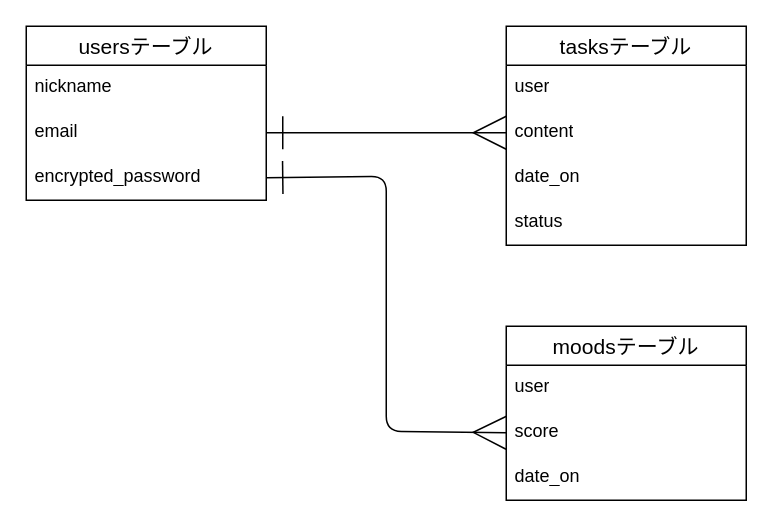
This is ER図.dio from r070624tue/motivebutton_kun, a draw.io file, before an edit. Source tidied: cells renumbered, new cells numbered last; positions are measured from the earlier drawing's top-left corner, leaving out a move shared by most shapes. Both pictures are drawn from the tidied source at 150%, with x=0, y=0 at pixel (26, 26).
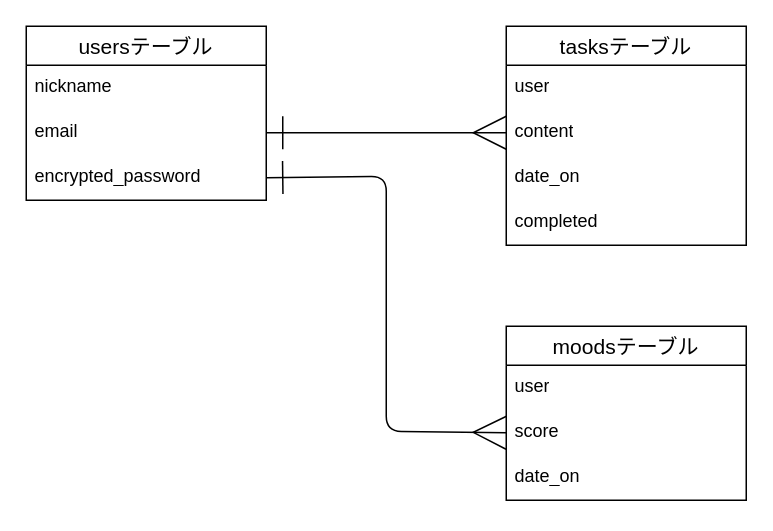
The same diagram, later.

Change to the diagram source:
```diff
@@
 <mxGraphModel>
   <root>
     <mxCell id="0" />
     <mxCell id="1" parent="0" />
     <mxCell id="2" value="usersテーブル" style="swimlane;fontStyle=0;horizontal=1;startSize=26;align=center;fontSize=14;verticalAlign=middle;" parent="1" vertex="1">
       <mxGeometry width="160" height="116" as="geometry" />
     </mxCell>
     <mxCell id="3" value="nickname" style="text;strokeColor=none;fillColor=none;spacingLeft=4;spacingRight=4;overflow=hidden;fontSize=12;whiteSpace=wrap;html=1;verticalAlign=top;" parent="2" vertex="1">
       <mxGeometry y="26" width="160" height="30" as="geometry" />
     </mxCell>
     <mxCell id="4" value="email" style="text;strokeColor=none;fillColor=none;spacingLeft=4;spacingRight=4;overflow=hidden;points=[[0,0.5],[1,0.5]];portConstraint=eastwest;fontSize=12;whiteSpace=wrap;html=1;verticalAlign=top;" parent="2" vertex="1">
       <mxGeometry y="56" width="160" height="30" as="geometry" />
     </mxCell>
     <mxCell id="5" value="encrypted_password" style="text;strokeColor=none;fillColor=none;spacingLeft=4;spacingRight=4;overflow=hidden;points=[[0,0.5],[1,0.5]];portConstraint=eastwest;fontSize=12;whiteSpace=wrap;html=1;verticalAlign=top;" parent="2" vertex="1">
       <mxGeometry y="86" width="160" height="30" as="geometry" />
     </mxCell>
     <mxCell id="6" value="tasksテーブル" style="swimlane;fontStyle=0;horizontal=1;startSize=26;align=center;fontSize=14;" parent="1" vertex="1">
       <mxGeometry x="320" width="160" height="146" as="geometry" />
     </mxCell>
     <mxCell id="7" value="user" style="text;strokeColor=none;fillColor=none;spacingLeft=4;spacingRight=4;overflow=hidden;fontSize=12;whiteSpace=wrap;html=1;" parent="6" vertex="1">
       <mxGeometry y="26" width="160" height="30" as="geometry" />
     </mxCell>
     <mxCell id="8" value="content" style="text;strokeColor=none;fillColor=none;spacingLeft=4;spacingRight=4;overflow=hidden;points=[[0,0.5],[1,0.5]];portConstraint=eastwest;fontSize=12;whiteSpace=wrap;html=1;" parent="6" vertex="1">
       <mxGeometry y="56" width="160" height="30" as="geometry" />
     </mxCell>
     <mxCell id="9" value="date_on" style="text;strokeColor=none;fillColor=none;spacingLeft=4;spacingRight=4;overflow=hidden;fontSize=12;whiteSpace=wrap;html=1;" parent="6" vertex="1">
       <mxGeometry y="86" width="160" height="30" as="geometry" />
     </mxCell>
-    <mxCell id="10" value="status" style="text;strokeColor=none;fillColor=none;spacingLeft=4;spacingRight=4;overflow=hidden;fontSize=12;whiteSpace=wrap;html=1;" parent="6" vertex="1">
+    <mxCell id="10" value="completed" style="text;strokeColor=none;fillColor=none;spacingLeft=4;spacingRight=4;overflow=hidden;fontSize=12;whiteSpace=wrap;html=1;" parent="6" vertex="1">
       <mxGeometry y="116" width="160" height="30" as="geometry" />
     </mxCell>
     <mxCell id="11" style="edgeStyle=none;html=1;exitX=1;exitY=0.5;exitDx=0;exitDy=0;endArrow=ERmany;endFill=0;startArrow=ERone;startFill=0;endSize=20;startSize=20;entryX=0;entryY=0.5;entryDx=0;entryDy=0;" parent="1" edge="1" source="4" target="8">
       <mxGeometry relative="1" as="geometry" />
     </mxCell>
     <mxCell id="12" value="moodsテーブル" style="swimlane;fontStyle=0;horizontal=1;startSize=26;align=center;fontSize=14;" parent="1" vertex="1">
       <mxGeometry x="320" y="200" width="160" height="116" as="geometry" />
     </mxCell>
     <mxCell id="13" value="user" style="text;strokeColor=none;fillColor=none;spacingLeft=4;spacingRight=4;overflow=hidden;fontSize=12;whiteSpace=wrap;html=1;" parent="12" vertex="1">
       <mxGeometry y="26" width="160" height="30" as="geometry" />
     </mxCell>
     <mxCell id="14" value="score" style="text;strokeColor=none;fillColor=none;spacingLeft=4;spacingRight=4;overflow=hidden;points=[[0,0.5],[1,0.5]];portConstraint=eastwest;fontSize=12;whiteSpace=wrap;html=1;" parent="12" vertex="1">
       <mxGeometry y="56" width="160" height="30" as="geometry" />
     </mxCell>
     <mxCell id="15" value="date_on" style="text;strokeColor=none;fillColor=none;spacingLeft=4;spacingRight=4;overflow=hidden;fontSize=12;whiteSpace=wrap;html=1;" parent="12" vertex="1">
       <mxGeometry y="86" width="160" height="30" as="geometry" />
     </mxCell>
     <mxCell id="16" style="edgeStyle=none;html=1;exitX=1;exitY=0.5;exitDx=0;exitDy=0;endArrow=ERmany;endFill=0;startArrow=ERone;startFill=0;endSize=20;startSize=20;entryX=0;entryY=0.5;entryDx=0;entryDy=0;" parent="1" edge="1" source="5" target="14">
       <mxGeometry relative="1" as="geometry">
         <Array as="points">
           <mxPoint x="240" y="100" />
           <mxPoint x="240" y="270" />
         </Array>
       </mxGeometry>
     </mxCell>
   </root>
 </mxGraphModel>
```
